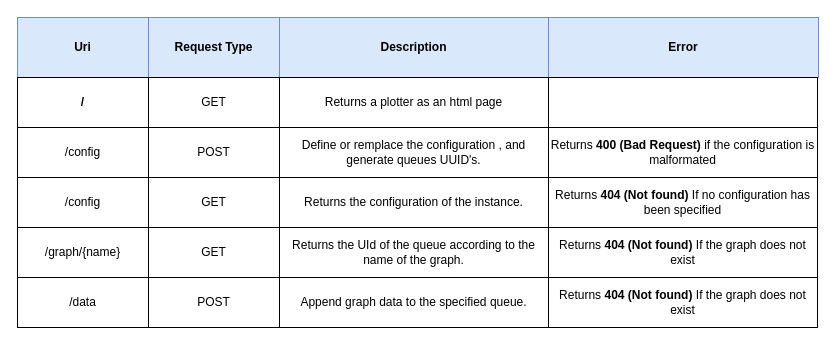
Earlier version of the draw.io diagram Misc/Api Spec.drawio (gemoc/liviz). Source tidied: cells renumbered, new cells numbered last; positions are measured from the earlier drawing's top-left corner, leaving out a move shared by most shapes. Both pictures are drawn from the tidied source at 100%, with x=0, y=0 at pixel (17, 17).
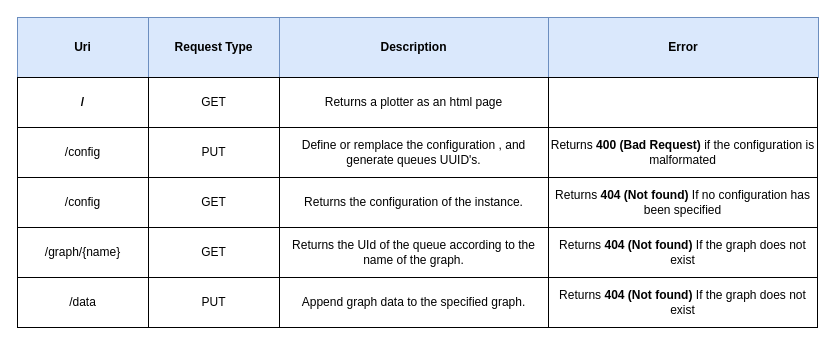
Above is the later version.

Commit message (it also covers changes not shown here):
Update API (PUT instead of POST)

The edit, as a diff of the source:
```diff
@@
-    <mxCell id="9" value="POST" style="whiteSpace=wrap;html=1;fontFamily=Helvetica;fontStyle=0;" parent="1" vertex="1">
+    <mxCell id="9" value="PUT" style="whiteSpace=wrap;html=1;fontFamily=Helvetica;fontStyle=0;" parent="1" vertex="1">
       <mxGeometry x="131" y="110" width="131" height="50" as="geometry" />
     </mxCell>
@@
-    <mxCell id="18" value="POST" style="whiteSpace=wrap;html=1;fontFamily=Helvetica;fontStyle=0;" parent="1" vertex="1">
+    <mxCell id="18" value="PUT" style="whiteSpace=wrap;html=1;fontFamily=Helvetica;fontStyle=0;" parent="1" vertex="1">
       <mxGeometry x="131" y="260" width="131" height="50" as="geometry" />
     </mxCell>
-    <mxCell id="19" value="Append graph data to the specified queue." style="whiteSpace=wrap;html=1;fontFamily=Helvetica;fontSize=12;fontStyle=0;" parent="1" vertex="1">
+    <mxCell id="19" value="Append graph data to the specified graph." style="whiteSpace=wrap;html=1;fontFamily=Helvetica;fontSize=12;fontStyle=0;" parent="1" vertex="1">
       <mxGeometry x="262" y="260" width="269" height="50" as="geometry" />
     </mxCell>
```
